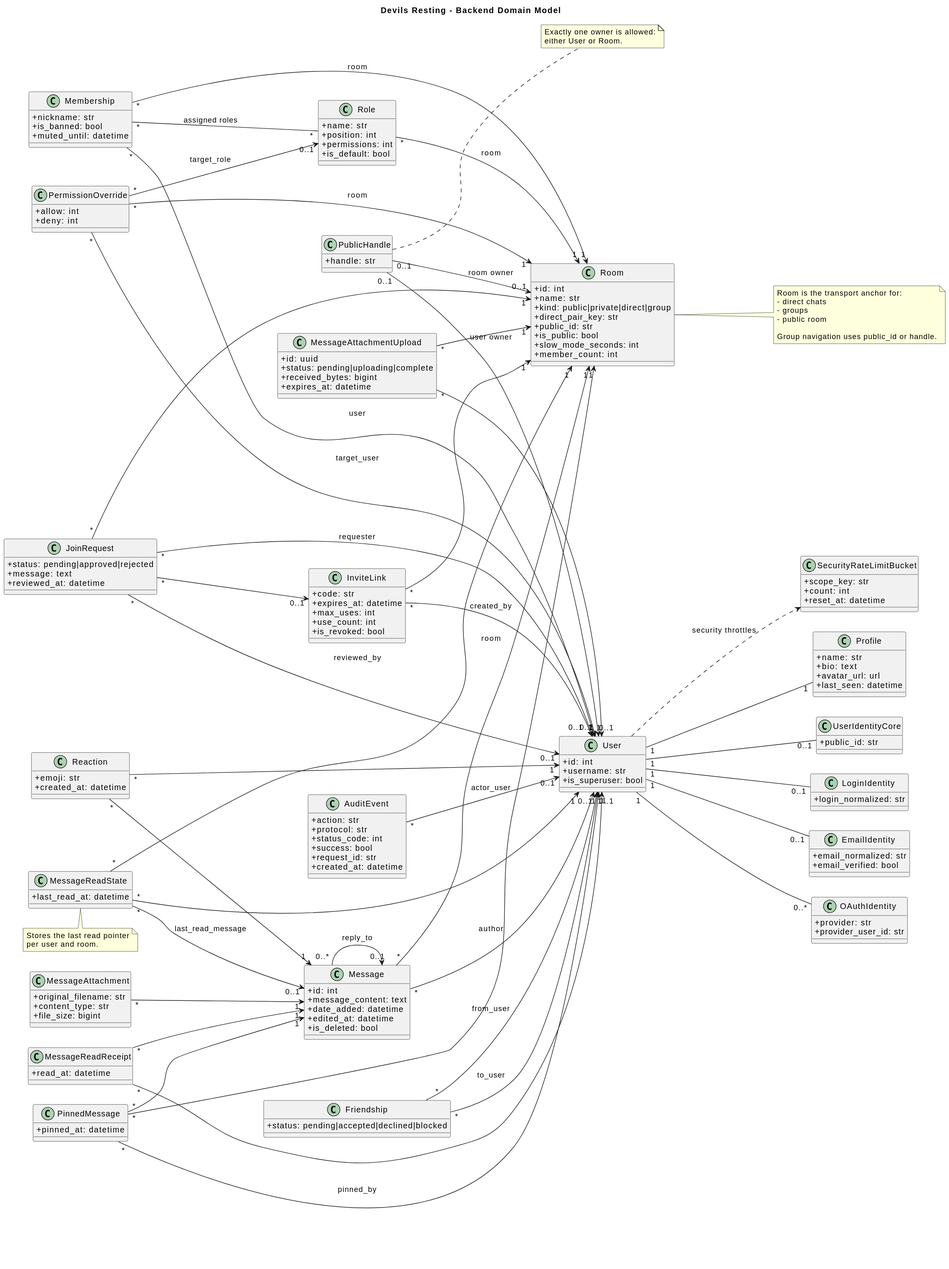
asdAet/django-channels-chat-react-- keeps this PlantUML diagram as docs/uml/rendered/backend-domain-model.svg. Above is the earlier version.
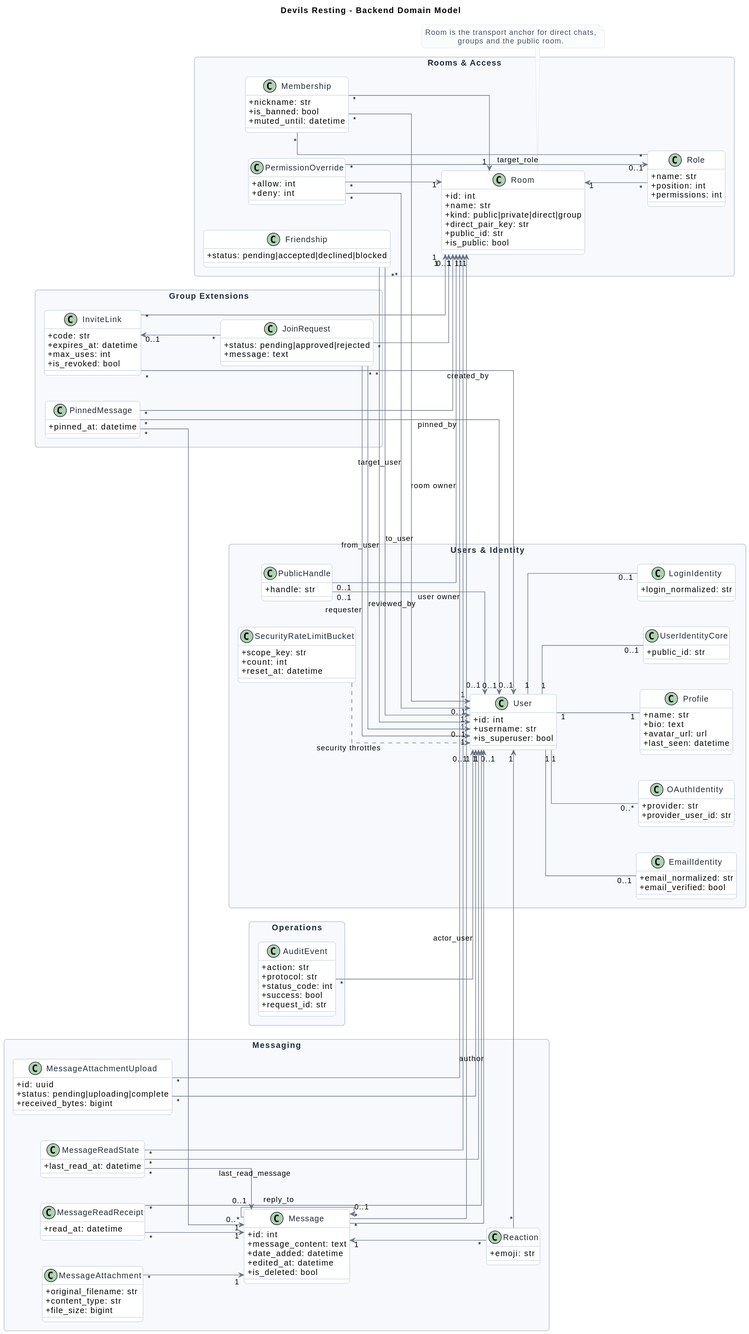
After the change.

The edit, as a diff of the source:
```diff
@@ -1,143 +1,173 @@
 @startuml
 title Devils Resting - Backend Domain Model
 left to right direction
+skinparam shadowing false
+skinparam backgroundColor #ffffff
+skinparam linetype ortho
 skinparam classAttributeIconSize 0
-skinparam shadowing false
-
-class User {
-  +id: int
-  +username: str
-  +is_superuser: bool
+skinparam defaultTextAlignment center
+skinparam nodesep 45
+skinparam ranksep 55
+skinparam roundcorner 10
+skinparam ArrowColor #687385
+skinparam packageStyle rectangle
+skinparam package {
+  BorderColor #c8d0db
+  BackgroundColor #f7f9fc
+  FontColor #1f2937
+}
+skinparam class {
+  BorderColor #9fb0c7
+  BackgroundColor #ffffff
+  FontColor #1f2937
+}
+skinparam note {
+  BorderColor #d7dee8
+  BackgroundColor #fbfcfe
+  FontColor #445066
 }
 
-class Profile {
-  +name: str
-  +bio: text
-  +avatar_url: url
-  +last_seen: datetime
+package "Users & Identity" {
+  class User {
+    +id: int
+    +username: str
+    +is_superuser: bool
+  }
+
+  class Profile {
+    +name: str
+    +bio: text
+    +avatar_url: url
+    +last_seen: datetime
+  }
+
+  class UserIdentityCore {
+    +public_id: str
+  }
+
+  class LoginIdentity {
+    +login_normalized: str
+  }
+
+  class EmailIdentity {
+    +email_normalized: str
+    +email_verified: bool
+  }
+
+  class OAuthIdentity {
+    +provider: str
+    +provider_user_id: str
+  }
+
+  class PublicHandle {
+    +handle: str
+  }
+
+  class SecurityRateLimitBucket {
+    +scope_key: str
+    +count: int
+    +reset_at: datetime
+  }
 }
 
-class UserIdentityCore {
-  +public_id: str
+package "Rooms & Access" {
+  class Room {
+    +id: int
+    +name: str
+    +kind: public|private|direct|group
+    +direct_pair_key: str
+    +public_id: str
+    +is_public: bool
+  }
+
+  class Role {
+    +name: str
+    +position: int
+    +permissions: int
+  }
+
+  class Membership {
+    +nickname: str
+    +is_banned: bool
+    +muted_until: datetime
+  }
+
+  class PermissionOverride {
+    +allow: int
+    +deny: int
+  }
+
+  class Friendship {
+    +status: pending|accepted|declined|blocked
+  }
 }
 
-class LoginIdentity {
-  +login_normalized: str
+package "Messaging" {
+  class Message {
+    +id: int
+    +message_content: text
+    +date_added: datetime
+    +edited_at: datetime
+    +is_deleted: bool
+  }
+
+  class Reaction {
+    +emoji: str
+  }
+
+  class MessageAttachment {
+    +original_filename: str
+    +content_type: str
+    +file_size: bigint
+  }
+
+  class MessageAttachmentUpload {
+    +id: uuid
+    +status: pending|uploading|complete
+    +received_bytes: bigint
+  }
+
+  class MessageReadState {
+    +last_read_at: datetime
+  }
+
+  class MessageReadReceipt {
+    +read_at: datetime
+  }
 }
 
-class EmailIdentity {
-  +email_normalized: str
-  +email_verified: bool
+package "Group Extensions" {
+  class InviteLink {
+    +code: str
+    +expires_at: datetime
+    +max_uses: int
+    +is_revoked: bool
+  }
+
+  class JoinRequest {
+    +status: pending|approved|rejected
+    +message: text
+  }
+
+  class PinnedMessage {
+    +pinned_at: datetime
+  }
 }
 
-class OAuthIdentity {
-  +provider: str
-  +provider_user_id: str
+package "Operations" {
+  class AuditEvent {
+    +action: str
+    +protocol: str
+    +status_code: int
+    +success: bool
+    +request_id: str
+  }
 }
 
-class PublicHandle {
-  +handle: str
-}
-
-class SecurityRateLimitBucket {
-  +scope_key: str
-  +count: int
-  +reset_at: datetime
-}
-
-class Room {
-  +id: int
-  +name: str
-  +kind: public|private|direct|group
-  +direct_pair_key: str
-  +public_id: str
-  +is_public: bool
-  +slow_mode_seconds: int
-  +member_count: int
-}
-
-class Role {
-  +name: str
-  +position: int
-  +permissions: int
-  +is_default: bool
-}
-
-class Membership {
-  +nickname: str
-  +is_banned: bool
-  +muted_until: datetime
-}
-
-class PermissionOverride {
-  +allow: int
-  +deny: int
-}
-
-class Friendship {
-  +status: pending|accepted|declined|blocked
-}
-
-class Message {
-  +id: int
-  +message_content: text
-  +date_added: datetime
-  +edited_at: datetime
-  +is_deleted: bool
-}
-
-class Reaction {
-  +emoji: str
-  +created_at: datetime
-}
-
-class MessageAttachment {
-  +original_filename: str
-  +content_type: str
-  +file_size: bigint
-}
-
-class MessageAttachmentUpload {
-  +id: uuid
-  +status: pending|uploading|complete
-  +received_bytes: bigint
-  +expires_at: datetime
-}
-
-class MessageReadState {
-  +last_read_at: datetime
-}
-
-class MessageReadReceipt {
-  +read_at: datetime
-}
-
-class InviteLink {
-  +code: str
-  +expires_at: datetime
-  +max_uses: int
-  +use_count: int
-  +is_revoked: bool
-}
-
-class JoinRequest {
-  +status: pending|approved|rejected
-  +message: text
-  +reviewed_at: datetime
-}
-
-class PinnedMessage {
-  +pinned_at: datetime
-}
-
-class AuditEvent {
-  +action: str
-  +protocol: str
-  +status_code: int
-  +success: bool
-  +request_id: str
-  +created_at: datetime
-}
+User -[hidden]down-> Profile
+Room -[hidden]down-> Role
+Message -[hidden]down-> Reaction
+InviteLink -[hidden]down-> JoinRequest
 
 User "1" -- "1" Profile
 User "1" -- "0..1" UserIdentityCore
@@ -147,20 +177,20 @@
 
 PublicHandle "0..1" --> "0..1" User : user owner
 PublicHandle "0..1" --> "0..1" Room : room owner
-User ..> SecurityRateLimitBucket : security throttles
+SecurityRateLimitBucket ..> User : security throttles
 
-Role "*" --> "1" Room : room
-Membership "*" --> "1" Room : room
-Membership "*" --> "1" User : user
-Membership "*" -- "*" Role : assigned roles
-PermissionOverride "*" --> "1" Room : room
+Role "*" --> "1" Room
+Membership "*" --> "1" Room
+Membership "*" --> "1" User
+Membership "*" -- "*" Role
+PermissionOverride "*" --> "1" Room
 PermissionOverride "*" --> "0..1" Role : target_role
 PermissionOverride "*" --> "0..1" User : target_user
 
 Friendship "*" --> "1" User : from_user
 Friendship "*" --> "1" User : to_user
 
-Message "*" --> "1" Room : room
+Message "*" --> "1" Room
 Message "*" --> "0..1" User : author
 Message "0..*" --> "0..1" Message : reply_to
 Reaction "*" --> "1" Message
@@ -186,22 +216,8 @@
 
 AuditEvent "*" --> "0..1" User : actor_user
 
-note right of PublicHandle
-Exactly one owner is allowed:
-either User or Room.
-end note
-
-note right of Room
-Room is the transport anchor for:
-- direct chats
-- groups
-- public room
-
-Group navigation uses public_id or handle.
-end note
-
-note bottom of MessageReadState
-Stores the last read pointer
-per user and room.
+note bottom of Room
+Room is the transport anchor for direct chats,
+groups and the public room.
 end note
 @enduml
```
